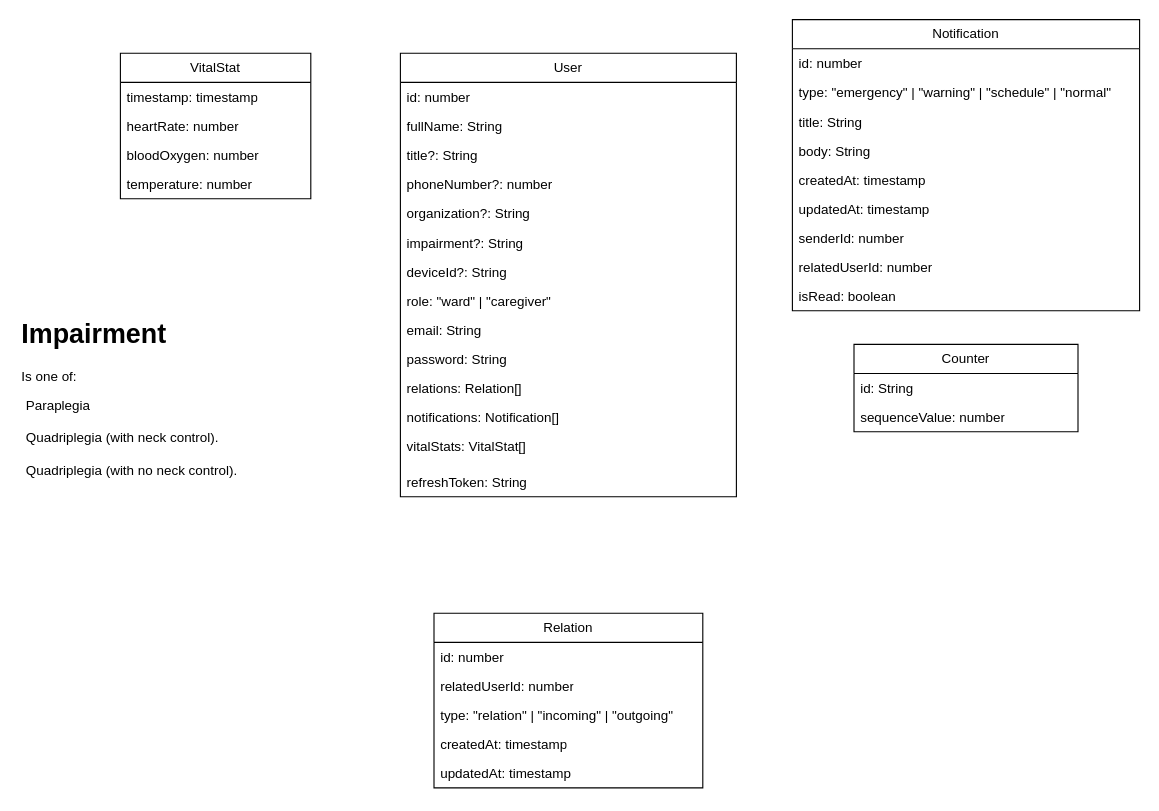
Above: db_design.drawio in ahmed0nasser/gp-backend (draw.io), before the change. Source tidied: cells renumbered, new cells numbered last; positions are measured from the earlier drawing's top-left corner, leaving out a move shared by most shapes. Both pictures are drawn from the tidied source at 112%, with x=0, y=0 at pixel (19, 19).
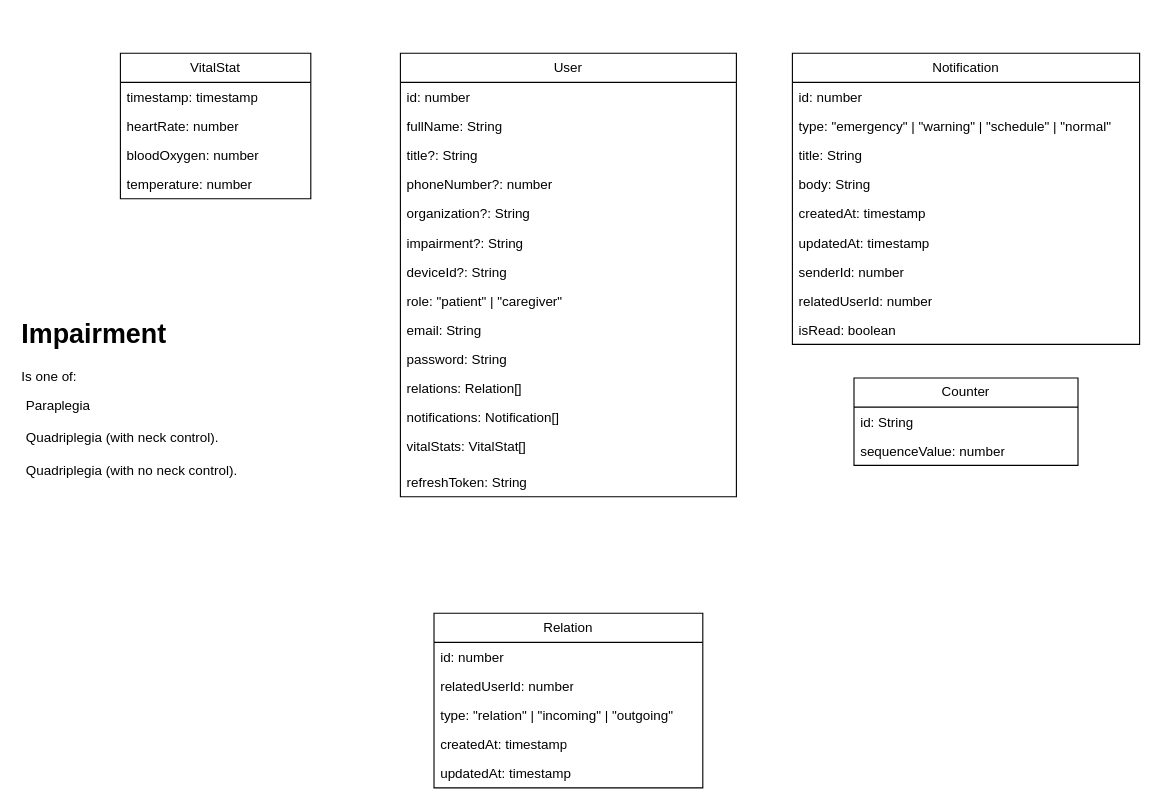
Above is the later version.

Commit message (it also covers changes not shown here):
Change role 'ward' to 'patient'

Unchanged cells that the change refers to:
```xml
<mxCell id="2" value="User" style="swimlane;fontStyle=0;horizontal=1;startSize=26;fillColor=none;whiteSpace=wrap;html=1;" parent="1" vertex="1">
  <mxGeometry x="340" y="30" width="300" height="396" as="geometry" />
</mxCell>
```

Change to the diagram source:
```diff
@@
-    <mxCell id="10" value="role: &quot;ward&quot; | &quot;caregiver&quot;" style="text;strokeColor=none;fillColor=none;align=left;verticalAlign=top;spacingLeft=4;spacingRight=4;overflow=hidden;whiteSpace=wrap;html=1;" parent="2" vertex="1">
+    <mxCell id="10" value="role: &quot;patient&quot; | &quot;caregiver&quot;" style="text;strokeColor=none;fillColor=none;align=left;verticalAlign=top;spacingLeft=4;spacingRight=4;overflow=hidden;whiteSpace=wrap;html=1;" parent="2" vertex="1">
       <mxGeometry y="208" width="300" height="26" as="geometry" />
     </mxCell>
@@
     <mxCell id="24" value="Notification" style="swimlane;fontStyle=0;horizontal=1;startSize=26;fillColor=none;whiteSpace=wrap;html=1;" parent="1" vertex="1">
-      <mxGeometry x="690" width="310" height="260" as="geometry" />
+      <mxGeometry x="690" y="30" width="310" height="260" as="geometry" />
     </mxCell>
@@
     <mxCell id="39" value="Counter" style="swimlane;fontStyle=0;horizontal=1;startSize=26;fillColor=none;whiteSpace=wrap;html=1;" parent="1" vertex="1">
-      <mxGeometry x="745" y="290" width="200" height="78" as="geometry" />
+      <mxGeometry x="745" y="320" width="200" height="78" as="geometry" />
     </mxCell>
```
